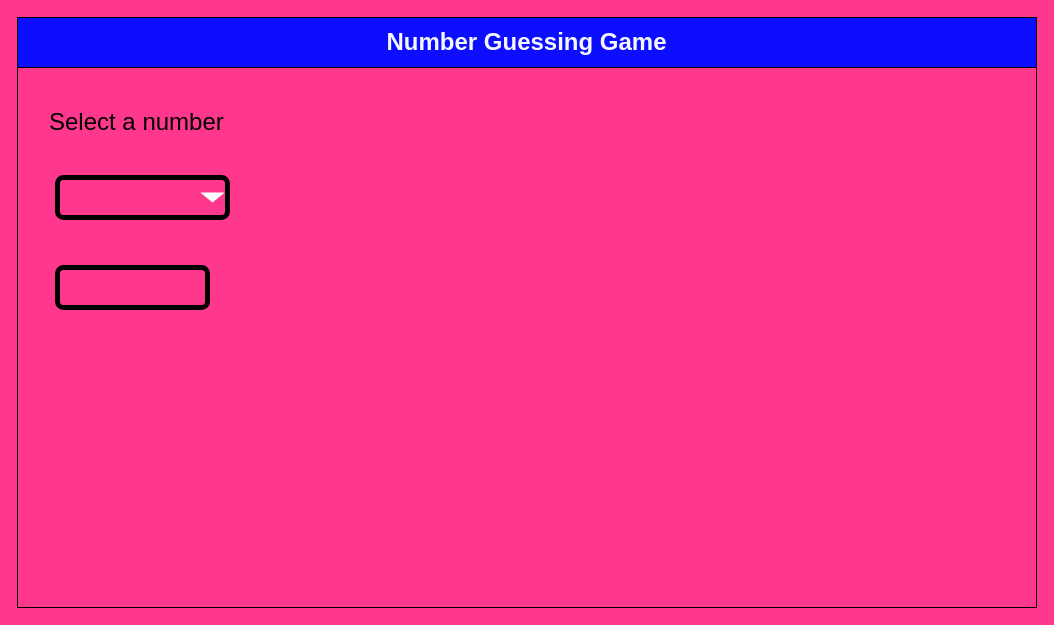
Above: design/storyboard.drawio in MTHS-ICD2O-1-2023/ICD2O-Unit-5-01-nathan-desilva (draw.io), before the change. Source tidied: cells renumbered, new cells numbered last; positions are measured from the earlier drawing's top-left corner, leaving out a move shared by most shapes. Both pictures are drawn from the tidied source at 100%, with x=0, y=0 at pixel (17, 17). Pictures stored in the file or linked from it are replaced by grey dashed boxes.
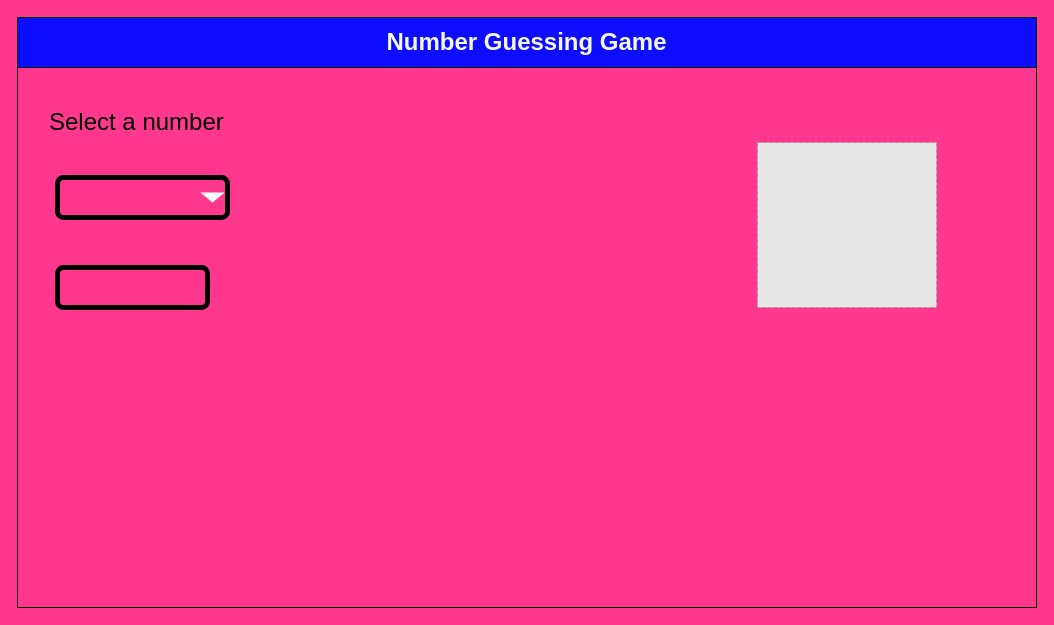
Above is the later version.

What changed in the source:
```diff
@@
 <mxGraphModel background="#FF388E">
   <root>
     <mxCell id="0" />
     <mxCell id="1" parent="0" />
     <mxCell id="2" value="&lt;font color=&quot;#f5f7ff&quot; style=&quot;font-size: 24px;&quot;&gt;Number Guessing Game&lt;/font&gt;" style="swimlane;whiteSpace=wrap;html=1;startSize=50;fillColor=#0D0DFF;" parent="1" vertex="1">
       <mxGeometry width="1019" height="590" as="geometry" />
     </mxCell>
     <mxCell id="3" value="Select a number" style="text;html=1;align=left;verticalAlign=middle;strokeColor=none;fillColor=none;fontSize=24;fontColor=#000000;" parent="2" vertex="1">
       <mxGeometry x="30" y="85" width="200" height="40" as="geometry" />
     </mxCell>
     <mxCell id="4" style="rounded=1;whiteSpace=wrap;html=1;fontFamily=Helvetica;fontSize=24;fontColor=#000000;fillColor=none;strokeWidth=5;strokeColor=#000000;" parent="2" vertex="1">
       <mxGeometry x="40" y="160" width="170" height="40" as="geometry" />
     </mxCell>
     <mxCell id="5" style="rounded=1;whiteSpace=wrap;html=1;fontFamily=Helvetica;fontSize=24;fontColor=#000000;fillColor=none;strokeWidth=5;strokeColor=#000000;" parent="2" vertex="1">
       <mxGeometry x="40" y="250" width="150" height="40" as="geometry" />
     </mxCell>
     <mxCell id="6" style="triangle;whiteSpace=wrap;html=1;rotation=90;strokeColor=none;" parent="2" vertex="1">
       <mxGeometry x="190" y="167.8" width="10" height="24.5" as="geometry" />
     </mxCell>
+    <mxCell id="7" style="fillColor=#E6E6E6;strokeColor=#999999;dashed=1;verticalLabelPosition=bottom;labelBackgroundColor=default;verticalAlign=top;" parent="2" vertex="1">
+      <mxGeometry x="740" y="125" width="179.1" height="165" as="geometry" />
+    </mxCell>
   </root>
 </mxGraphModel>
```
